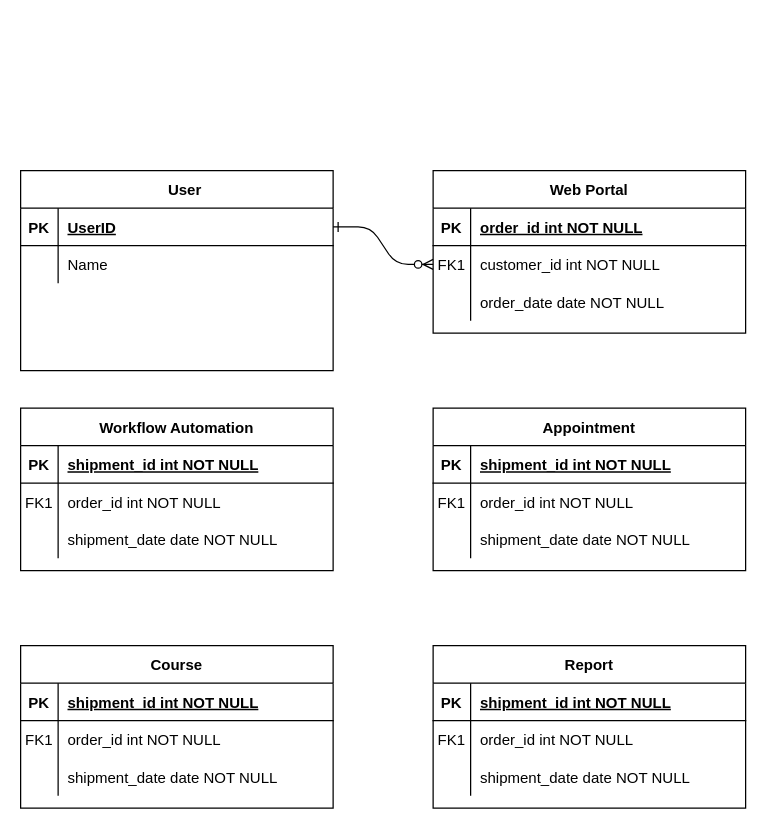
The draw.io diagram I belong.drawio in nataleletizia/ibelong, before the edit. Source tidied: cells renumbered, new cells numbered last; positions are measured from the earlier drawing's top-left corner, leaving out a move shared by most shapes. Both pictures are drawn from the tidied source at 125%, with x=0, y=0 at pixel (20, 170).
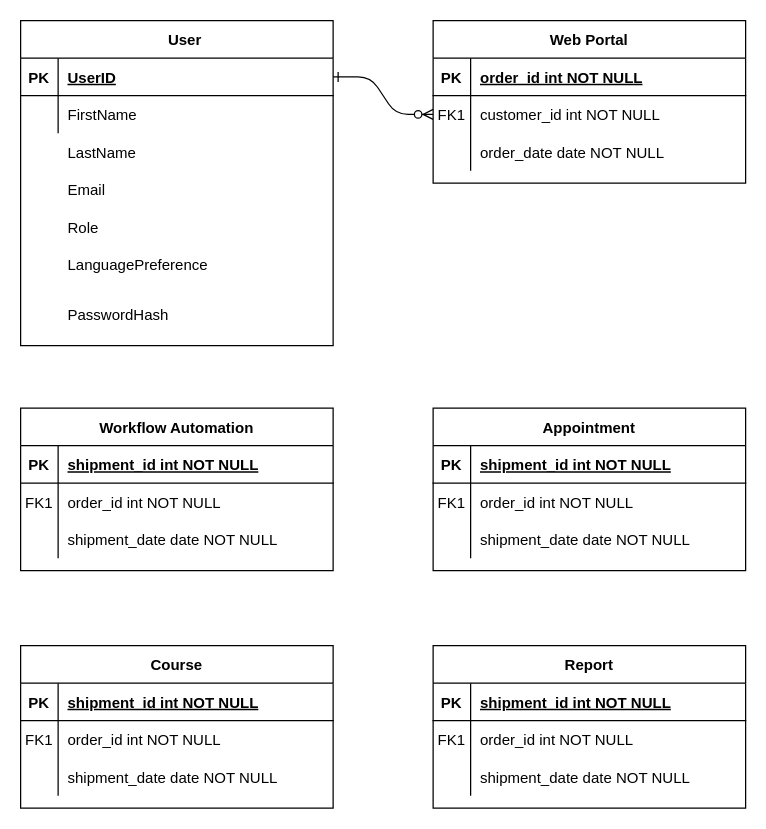
The same diagram, later.

The change refers to these unchanged cells:
```xml
<mxCell id="27" style="shape=partialRectangle;fillColor=none;top=0;left=0;right=0;bottom=0;" parent="23" vertex="1">
  <mxGeometry y="60" width="250" height="30" as="geometry" />
</mxCell>
```

Diff of the diagram source:
```diff
@@
     <mxCell id="3" value="Web Portal" style="shape=table;startSize=30;childLayout=tableLayout;rowLines=0;fontStyle=1;align=center;" parent="1" vertex="1">
-      <mxGeometry x="330" width="250" height="130" as="geometry" />
+      <mxGeometry x="330" y="-120" width="250" height="130" as="geometry" />
     </mxCell>
@@
     <mxCell id="23" value="    User" style="shape=table;startSize=30;childLayout=tableLayout;rowLines=0;fontStyle=1;align=center;" parent="1" vertex="1">
-      <mxGeometry width="250" height="160" as="geometry" />
+      <mxGeometry y="-120" width="250" height="260" as="geometry" />
     </mxCell>
@@
-    <mxCell id="29" value="Name" style="shape=partialRectangle;overflow=hidden;fillColor=none;top=0;left=0;bottom=0;right=0;align=left;spacingLeft=6;" parent="27" vertex="1">
+    <mxCell id="29" value="FirstName" style="shape=partialRectangle;overflow=hidden;fillColor=none;top=0;left=0;bottom=0;right=0;align=left;spacingLeft=6;" parent="27" vertex="1">
       <mxGeometry x="30" width="220" height="30" as="geometry" />
     </mxCell>
@@
+    <mxCell id="60" value="LastName" style="shape=partialRectangle;overflow=hidden;fillColor=none;top=0;left=0;bottom=0;right=0;align=left;spacingLeft=6;" parent="1" vertex="1">
+      <mxGeometry x="30" y="-30" width="220" height="30" as="geometry" />
+    </mxCell>
+    <mxCell id="61" value="Email" style="shape=partialRectangle;overflow=hidden;fillColor=none;top=0;left=0;bottom=0;right=0;align=left;spacingLeft=6;" parent="1" vertex="1">
+      <mxGeometry x="30" width="220" height="30" as="geometry" />
+    </mxCell>
+    <mxCell id="62" value="Role" style="shape=partialRectangle;overflow=hidden;fillColor=none;top=0;left=0;bottom=0;right=0;align=left;spacingLeft=6;" parent="1" vertex="1">
+      <mxGeometry x="30" y="30" width="220" height="30" as="geometry" />
+    </mxCell>
+    <mxCell id="63" value="LanguagePreference" style="shape=partialRectangle;overflow=hidden;fillColor=none;top=0;left=0;bottom=0;right=0;align=left;spacingLeft=6;" parent="1" vertex="1">
+      <mxGeometry x="30" y="60" width="220" height="30" as="geometry" />
+    </mxCell>
+    <mxCell id="64" value="PasswordHash" style="shape=partialRectangle;overflow=hidden;fillColor=none;top=0;left=0;bottom=0;right=0;align=left;spacingLeft=6;" parent="1" vertex="1">
+      <mxGeometry x="30" y="100" width="220" height="30" as="geometry" />
+    </mxCell>
```
